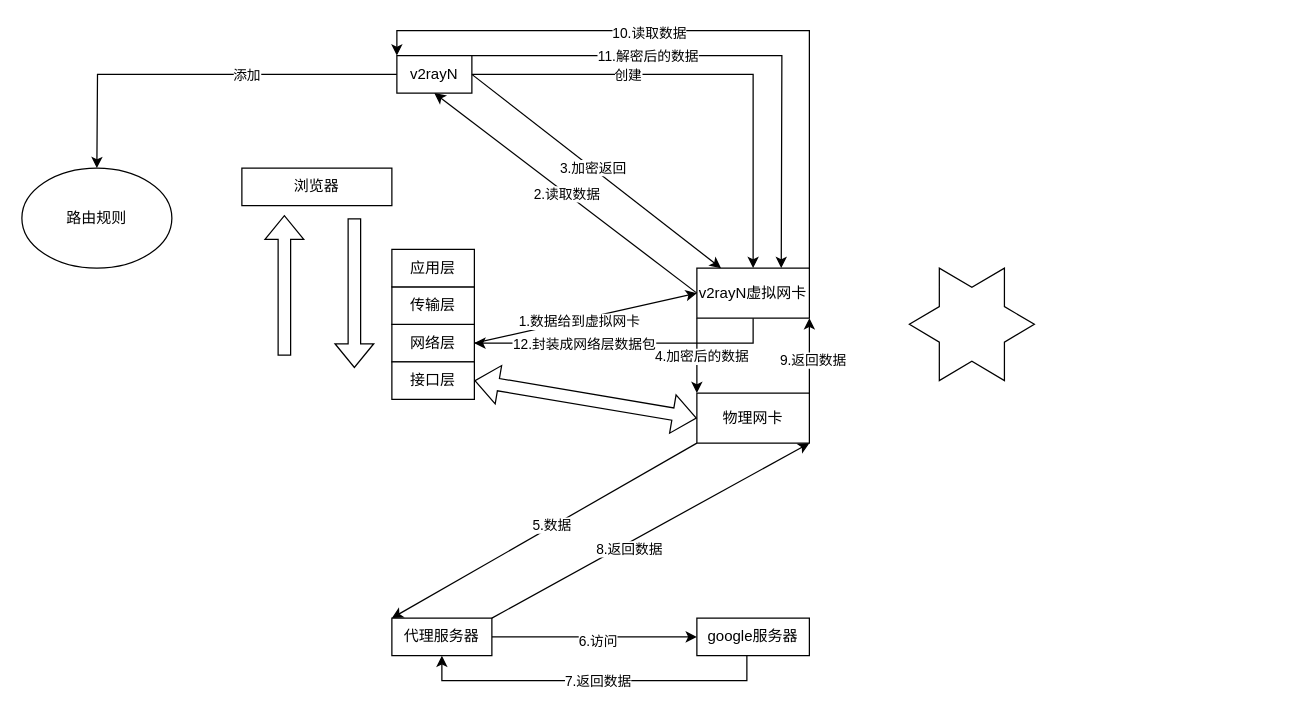
The draw.io diagram 0.学习笔记/a03.计算机网络/Resource/drawio/Tun模式.drawio in mowang111/personal_knowledge_repository, before the edit. Source tidied: cells renumbered, new cells numbered last; positions are measured from the earlier drawing's top-left corner, leaving out a move shared by most shapes. Both pictures are drawn from the tidied source at 125%, with x=0, y=0 at pixel (21, 30).
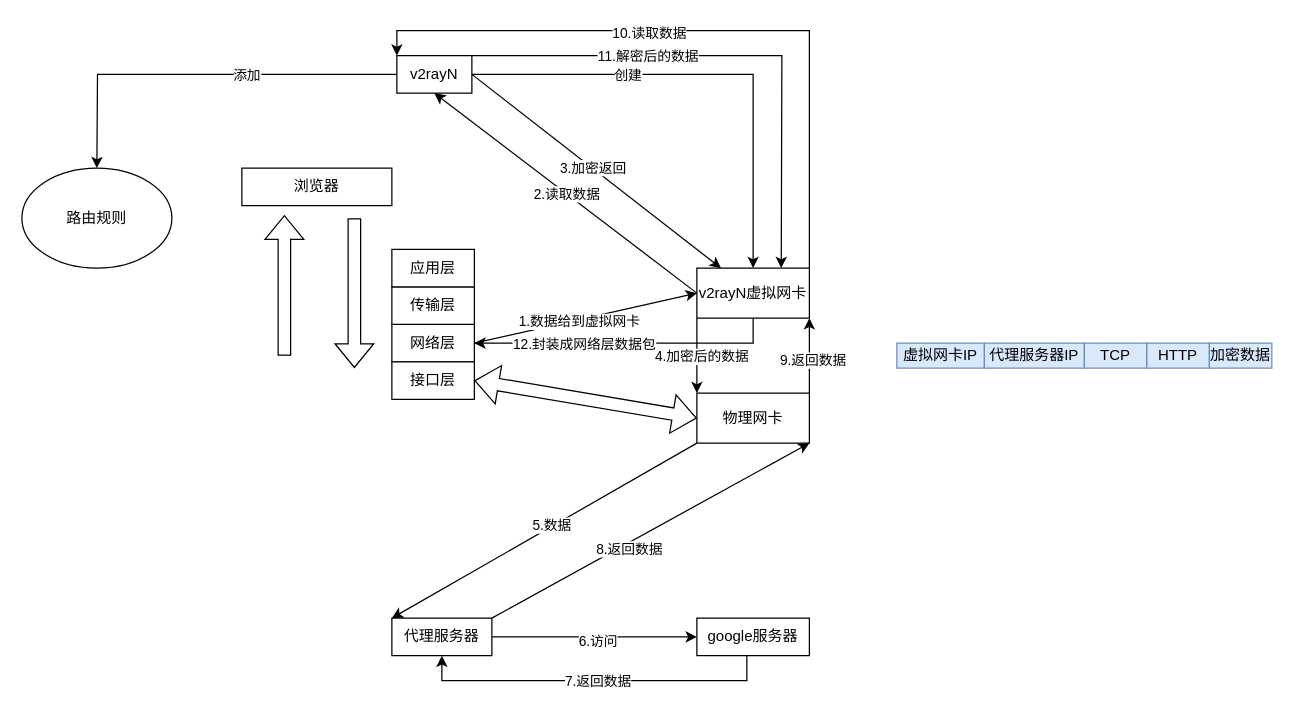
The same page after the edit.

Commit message:
vault backup: 2024-01-18 13:10:09

Change to the diagram source:
```diff
@@
-    <mxCell id="44" style="verticalLabelPosition=bottom;verticalAlign=top;html=1;shape=mxgraph.basic.6_point_star;" parent="1" vertex="1">
-      <mxGeometry x="710" y="190" width="100" height="90" as="geometry" />
-    </mxCell>
+    <mxCell id="45" value="虚拟网卡IP" style="rounded=0;whiteSpace=wrap;html=1;fillColor=#dae8fc;strokeColor=#6c8ebf;" parent="1" vertex="1">
+      <mxGeometry x="700" y="250" width="70" height="20" as="geometry" />
+    </mxCell>
+    <mxCell id="46" value="代理服务器IP" style="rounded=0;whiteSpace=wrap;html=1;fillColor=#dae8fc;strokeColor=#6c8ebf;" parent="1" vertex="1">
+      <mxGeometry x="770" y="250" width="80" height="20" as="geometry" />
+    </mxCell>
+    <mxCell id="47" value="TCP" style="rounded=0;whiteSpace=wrap;html=1;fillColor=#dae8fc;strokeColor=#6c8ebf;" parent="1" vertex="1">
+      <mxGeometry x="850" y="250" width="50" height="20" as="geometry" />
+    </mxCell>
+    <mxCell id="48" value="HTTP" style="rounded=0;whiteSpace=wrap;html=1;fillColor=#dae8fc;strokeColor=#6c8ebf;" parent="1" vertex="1">
+      <mxGeometry x="900" y="250" width="50" height="20" as="geometry" />
+    </mxCell>
+    <mxCell id="49" value="加密数据" style="rounded=0;whiteSpace=wrap;html=1;fillColor=#dae8fc;strokeColor=#6c8ebf;" parent="1" vertex="1">
+      <mxGeometry x="950" y="250" width="50" height="20" as="geometry" />
+    </mxCell>
```
